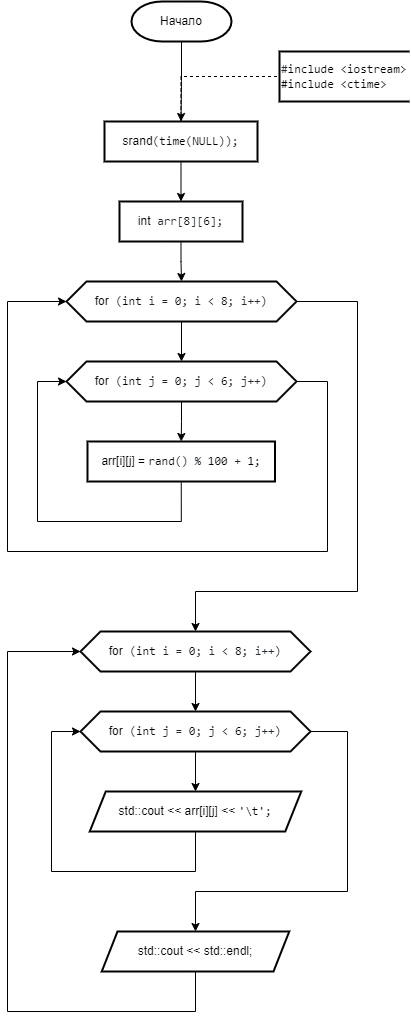
Above: 2 Семестр/Labs/5 Лаба(Двумерные массивы)/Двумерные массивы.png in IlyaFedoseev227/LABS-PNRPU-IVT-22-1b (draw.io), before the change. Source tidied: cells renumbered, new cells last; positions are measured from the earlier drawing's top-left corner, leaving out a move shared by most shapes.
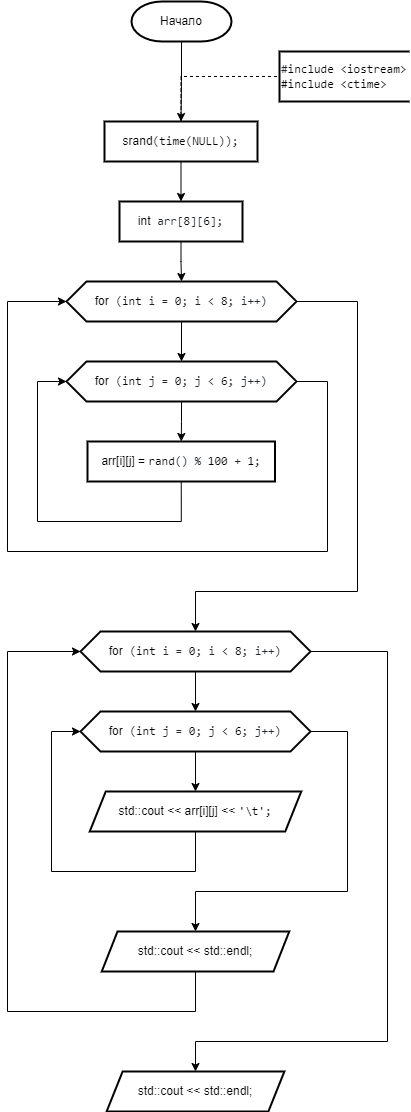
Later version of the same file.

Change to the diagram source:
```diff
@@ -72,6 +72,15 @@
     <mxCell id="18" style="edgeStyle=orthogonalEdgeStyle;rounded=0;jettySize=auto;html=1;exitX=0.5;exitY=1;exitDx=0;exitDy=0;" parent="1" edge="1" source="19" target="22">
       <mxGeometry relative="1" as="geometry" />
     </mxCell>
+    <mxCell id="27" style="edgeStyle=orthogonalEdgeStyle;rounded=0;jettySize=auto;html=1;exitX=1;exitY=0.5;exitDx=0;exitDy=0;entryX=0.5;entryY=0;entryDx=0;entryDy=0;" parent="1" edge="1" source="19" target="28">
+      <mxGeometry relative="1" as="geometry">
+        <Array as="points">
+          <mxPoint x="380" y="650" />
+          <mxPoint x="380" y="1040" />
+          <mxPoint x="188" y="1040" />
+        </Array>
+      </mxGeometry>
+    </mxCell>
     <mxCell id="19" value="&lt;div style=&quot;text-align: start;&quot;&gt;for&lt;span style=&quot;color: rgb(36, 41, 47); font-family: ui-monospace, SFMono-Regular, &amp;quot;SF Mono&amp;quot;, Menlo, Consolas, &amp;quot;Liberation Mono&amp;quot;, monospace; background-color: rgb(255, 255, 255);&quot;&gt; (&lt;/span&gt;&lt;span style=&quot;box-sizing: border-box; color: var(--color-prettylights-syntax-keyword); font-family: ui-monospace, SFMono-Regular, &amp;quot;SF Mono&amp;quot;, Menlo, Consolas, &amp;quot;Liberation Mono&amp;quot;, monospace; background-color: rgb(255, 255, 255);&quot; class=&quot;pl-k&quot;&gt;int&lt;/span&gt;&lt;span style=&quot;color: rgb(36, 41, 47); font-family: ui-monospace, SFMono-Regular, &amp;quot;SF Mono&amp;quot;, Menlo, Consolas, &amp;quot;Liberation Mono&amp;quot;, monospace; background-color: rgb(255, 255, 255);&quot;&gt; i = &lt;/span&gt;&lt;span style=&quot;box-sizing: border-box; color: var(--color-prettylights-syntax-constant); font-family: ui-monospace, SFMono-Regular, &amp;quot;SF Mono&amp;quot;, Menlo, Consolas, &amp;quot;Liberation Mono&amp;quot;, monospace; background-color: rgb(255, 255, 255);&quot; class=&quot;pl-c1&quot;&gt;0&lt;/span&gt;&lt;span style=&quot;color: rgb(36, 41, 47); font-family: ui-monospace, SFMono-Regular, &amp;quot;SF Mono&amp;quot;, Menlo, Consolas, &amp;quot;Liberation Mono&amp;quot;, monospace; background-color: rgb(255, 255, 255);&quot;&gt;; i &amp;lt; &lt;/span&gt;&lt;span style=&quot;box-sizing: border-box; color: var(--color-prettylights-syntax-constant); font-family: ui-monospace, SFMono-Regular, &amp;quot;SF Mono&amp;quot;, Menlo, Consolas, &amp;quot;Liberation Mono&amp;quot;, monospace; background-color: rgb(255, 255, 255);&quot; class=&quot;pl-c1&quot;&gt;8&lt;/span&gt;&lt;span style=&quot;color: rgb(36, 41, 47); font-family: ui-monospace, SFMono-Regular, &amp;quot;SF Mono&amp;quot;, Menlo, Consolas, &amp;quot;Liberation Mono&amp;quot;, monospace; background-color: rgb(255, 255, 255);&quot;&gt;; i++)&lt;/span&gt;&lt;br&gt;&lt;/div&gt;" style="shape=hexagon;perimeter=hexagonPerimeter2;whiteSpace=wrap;html=1;fixedSize=1;strokeWidth=2;" parent="1" vertex="1">
       <mxGeometry x="73" y="630" width="230" height="40" as="geometry" />
     </mxCell>
@@ -114,5 +123,8 @@
     <mxCell id="26" value="&lt;div style=&quot;text-align: start;&quot;&gt;std::cout &amp;lt;&amp;lt; std::endl;&lt;br&gt;&lt;/div&gt;" style="shape=parallelogram;perimeter=parallelogramPerimeter;whiteSpace=wrap;html=1;fixedSize=1;strokeWidth=2;size=15.75;" parent="1" vertex="1">
       <mxGeometry x="94.2" y="930" width="187.5" height="40" as="geometry" />
     </mxCell>
+    <mxCell id="28" value="&lt;div style=&quot;text-align: start;&quot;&gt;std::cout &amp;lt;&amp;lt; std::endl;&lt;br&gt;&lt;/div&gt;" style="shape=parallelogram;perimeter=parallelogramPerimeter;whiteSpace=wrap;html=1;fixedSize=1;strokeWidth=2;size=16;" parent="1" vertex="1">
+      <mxGeometry x="99.1" y="1070" width="177.8" height="40" as="geometry" />
+    </mxCell>
   </root>
 </mxGraphModel>
```
